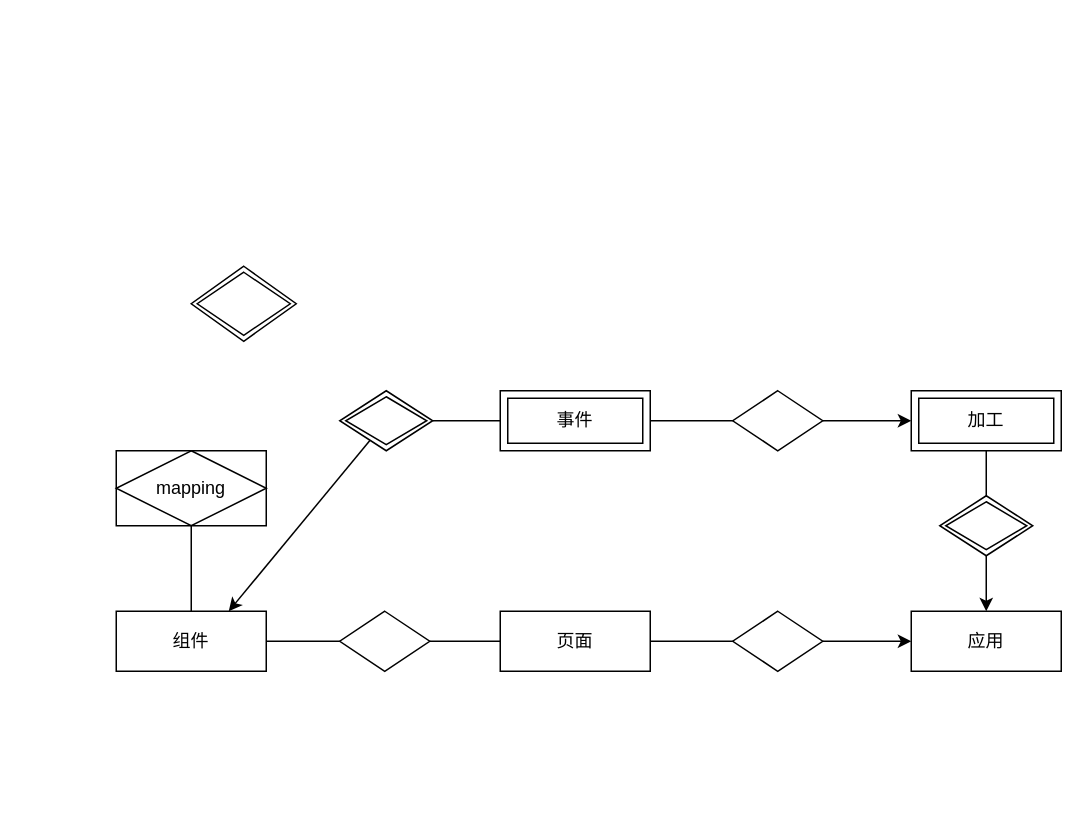
Before: Untitled Diagram.drawio in mzzzzzzc/SpringcloudConfig, a draw.io diagram. Source tidied: cells renumbered, new cells numbered last; positions are measured from the earlier drawing's top-left corner, leaving out a move shared by most shapes. Both pictures are drawn from the tidied source at 150%, with x=0, y=0 at pixel (116, 266).
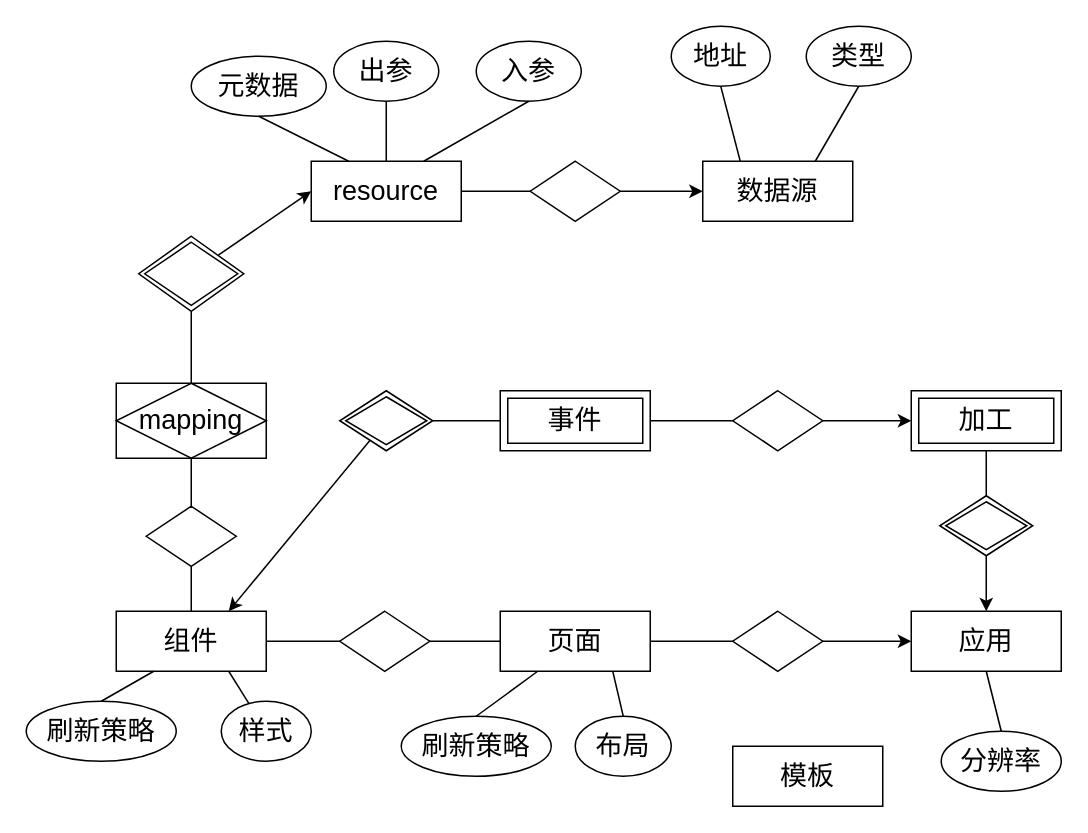
After the change.

What changed in the source:
```diff
@@
-    <mxCell id="2" value="组件" style="whiteSpace=wrap;html=1;align=center;" parent="1" vertex="1">
+    <mxCell id="2" value="组件" style="whiteSpace=wrap;html=1;align=center;fontSize=18;" parent="1" vertex="1">
       <mxGeometry y="230" width="100" height="40" as="geometry" />
     </mxCell>
-    <mxCell id="3" style="shape=rhombus;perimeter=rhombusPerimeter;whiteSpace=wrap;html=1;align=center;" parent="1" vertex="1">
+    <mxCell id="3" style="shape=rhombus;perimeter=rhombusPerimeter;whiteSpace=wrap;html=1;align=center;fontSize=18;" parent="1" vertex="1">
       <mxGeometry x="149" y="230" width="60" height="40" as="geometry" />
     </mxCell>
-    <mxCell id="4" style="endArrow=none;html=1;rounded=0;exitX=1;exitY=0.5;exitDx=0;exitDy=0;entryX=0;entryY=0.5;entryDx=0;entryDy=0;" parent="1" edge="1" source="2" target="3">
+    <mxCell id="4" style="endArrow=none;html=1;rounded=0;exitX=1;exitY=0.5;exitDx=0;exitDy=0;entryX=0;entryY=0.5;entryDx=0;entryDy=0;fontSize=18;" parent="1" edge="1" source="2" target="3">
       <mxGeometry relative="1" as="geometry" />
     </mxCell>
-    <mxCell id="5" value="页面" style="whiteSpace=wrap;html=1;align=center;" parent="1" vertex="1">
+    <mxCell id="5" value="页面" style="whiteSpace=wrap;html=1;align=center;fontSize=18;" parent="1" vertex="1">
       <mxGeometry x="256" y="230" width="100" height="40" as="geometry" />
     </mxCell>
-    <mxCell id="6" style="edgeStyle=orthogonalEdgeStyle;rounded=0;jettySize=auto;html=1;" parent="1" edge="1" source="7" target="8">
+    <mxCell id="6" style="edgeStyle=orthogonalEdgeStyle;rounded=0;jettySize=auto;html=1;fontSize=18;" parent="1" edge="1" source="7" target="8">
       <mxGeometry relative="1" as="geometry" />
     </mxCell>
-    <mxCell id="7" style="shape=rhombus;perimeter=rhombusPerimeter;whiteSpace=wrap;html=1;align=center;" parent="1" vertex="1">
+    <mxCell id="7" style="shape=rhombus;perimeter=rhombusPerimeter;whiteSpace=wrap;html=1;align=center;fontSize=18;" parent="1" vertex="1">
       <mxGeometry x="411" y="230" width="60" height="40" as="geometry" />
     </mxCell>
-    <mxCell id="8" value="应用" style="whiteSpace=wrap;html=1;align=center;" parent="1" vertex="1">
+    <mxCell id="8" value="应用" style="whiteSpace=wrap;html=1;align=center;fontSize=18;" parent="1" vertex="1">
       <mxGeometry x="530" y="230" width="100" height="40" as="geometry" />
     </mxCell>
-    <mxCell id="9" style="endArrow=none;html=1;rounded=0;exitX=1;exitY=0.5;exitDx=0;exitDy=0;entryX=0;entryY=0.5;entryDx=0;entryDy=0;" parent="1" edge="1" source="3" target="5">
+    <mxCell id="9" style="endArrow=none;html=1;rounded=0;exitX=1;exitY=0.5;exitDx=0;exitDy=0;entryX=0;entryY=0.5;entryDx=0;entryDy=0;fontSize=18;" parent="1" edge="1" source="3" target="5">
       <mxGeometry relative="1" as="geometry" />
     </mxCell>
-    <mxCell id="10" style="endArrow=none;html=1;rounded=0;exitX=1;exitY=0.5;exitDx=0;exitDy=0;entryX=0;entryY=0.5;entryDx=0;entryDy=0;" parent="1" edge="1" source="5" target="7">
+    <mxCell id="10" style="endArrow=none;html=1;rounded=0;exitX=1;exitY=0.5;exitDx=0;exitDy=0;entryX=0;entryY=0.5;entryDx=0;entryDy=0;fontSize=18;" parent="1" edge="1" source="5" target="7">
       <mxGeometry relative="1" as="geometry" />
     </mxCell>
-    <mxCell id="11" value="mapping" style="shape=associativeEntity;whiteSpace=wrap;html=1;align=center;" parent="1" vertex="1">
-      <mxGeometry y="123" width="100" height="50" as="geometry" />
+    <mxCell id="11" value="mapping" style="shape=associativeEntity;whiteSpace=wrap;html=1;align=center;fontSize=18;" parent="1" vertex="1">
+      <mxGeometry y="78" width="100" height="50" as="geometry" />
     </mxCell>
+    <mxCell id="25" style="edgeStyle=none;rounded=0;jettySize=auto;html=1;entryX=0;entryY=0.5;entryDx=0;entryDy=0;fontSize=18;" parent="1" edge="1" source="12" target="28">
+      <mxGeometry relative="1" as="geometry" />
+    </mxCell>
-    <mxCell id="12" style="shape=rhombus;double=1;perimeter=rhombusPerimeter;whiteSpace=wrap;html=1;align=center;" parent="1" vertex="1">
-      <mxGeometry x="50" width="70" height="50" as="geometry" />
+    <mxCell id="12" style="shape=rhombus;double=1;perimeter=rhombusPerimeter;whiteSpace=wrap;html=1;align=center;fontSize=18;" parent="1" vertex="1">
+      <mxGeometry x="15" y="-20" width="70" height="50" as="geometry" />
     </mxCell>
-    <mxCell id="13" style="endArrow=none;html=1;rounded=0;exitX=0.5;exitY=0;exitDx=0;exitDy=0;entryX=0.5;entryY=1;entryDx=0;entryDy=0;" parent="1" edge="1" source="2" target="11">
-      <mxGeometry relative="1" as="geometry" />
-    </mxCell>
-    <mxCell id="14" value="事件" style="shape=ext;margin=3;double=1;whiteSpace=wrap;html=1;align=center;" parent="1" vertex="1">
+    <mxCell id="14" value="事件" style="shape=ext;margin=3;double=1;whiteSpace=wrap;html=1;align=center;fontSize=18;" parent="1" vertex="1">
       <mxGeometry x="256" y="83" width="100" height="40" as="geometry" />
     </mxCell>
-    <mxCell id="15" style="rounded=0;jettySize=auto;html=1;entryX=0.75;entryY=0;entryDx=0;entryDy=0;" parent="1" edge="1" source="16" target="2">
+    <mxCell id="15" style="rounded=0;jettySize=auto;html=1;entryX=0.75;entryY=0;entryDx=0;entryDy=0;fontSize=18;" parent="1" edge="1" source="16" target="2">
       <mxGeometry relative="1" as="geometry" />
     </mxCell>
-    <mxCell id="16" style="shape=rhombus;double=1;perimeter=rhombusPerimeter;whiteSpace=wrap;html=1;align=center;" parent="1" vertex="1">
+    <mxCell id="16" style="shape=rhombus;double=1;perimeter=rhombusPerimeter;whiteSpace=wrap;html=1;align=center;fontSize=18;" parent="1" vertex="1">
       <mxGeometry x="149" y="83" width="62" height="40" as="geometry" />
     </mxCell>
-    <mxCell id="17" style="endArrow=none;html=1;rounded=0;exitX=1;exitY=0.5;exitDx=0;exitDy=0;entryX=0;entryY=0.5;entryDx=0;entryDy=0;" parent="1" edge="1" source="16" target="14">
+    <mxCell id="17" style="endArrow=none;html=1;rounded=0;exitX=1;exitY=0.5;exitDx=0;exitDy=0;entryX=0;entryY=0.5;entryDx=0;entryDy=0;fontSize=18;" parent="1" edge="1" source="16" target="14">
       <mxGeometry relative="1" as="geometry" />
     </mxCell>
-    <mxCell id="18" value="加工" style="shape=ext;margin=3;double=1;whiteSpace=wrap;html=1;align=center;" parent="1" vertex="1">
+    <mxCell id="18" value="加工" style="shape=ext;margin=3;double=1;whiteSpace=wrap;html=1;align=center;fontSize=18;" parent="1" vertex="1">
       <mxGeometry x="530" y="83" width="100" height="40" as="geometry" />
     </mxCell>
-    <mxCell id="19" style="edgeStyle=none;rounded=0;jettySize=auto;html=1;" parent="1" edge="1" source="20" target="18">
+    <mxCell id="19" style="edgeStyle=none;rounded=0;jettySize=auto;html=1;fontSize=18;" parent="1" edge="1" source="20" target="18">
       <mxGeometry relative="1" as="geometry" />
     </mxCell>
-    <mxCell id="20" style="shape=rhombus;perimeter=rhombusPerimeter;whiteSpace=wrap;html=1;align=center;" parent="1" vertex="1">
+    <mxCell id="20" style="shape=rhombus;perimeter=rhombusPerimeter;whiteSpace=wrap;html=1;align=center;fontSize=18;" parent="1" vertex="1">
       <mxGeometry x="411" y="83" width="60" height="40" as="geometry" />
     </mxCell>
-    <mxCell id="21" style="endArrow=none;html=1;rounded=0;exitX=1;exitY=0.5;exitDx=0;exitDy=0;entryX=0;entryY=0.5;entryDx=0;entryDy=0;" parent="1" edge="1" source="14" target="20">
+    <mxCell id="21" style="endArrow=none;html=1;rounded=0;exitX=1;exitY=0.5;exitDx=0;exitDy=0;entryX=0;entryY=0.5;entryDx=0;entryDy=0;fontSize=18;" parent="1" edge="1" source="14" target="20">
       <mxGeometry relative="1" as="geometry" />
     </mxCell>
-    <mxCell id="22" style="endArrow=none;html=1;rounded=0;exitX=0.5;exitY=1;exitDx=0;exitDy=0;entryX=0.5;entryY=0;entryDx=0;entryDy=0;" parent="1" edge="1" source="18">
+    <mxCell id="22" style="endArrow=none;html=1;rounded=0;exitX=0.5;exitY=1;exitDx=0;exitDy=0;entryX=0.5;entryY=0;entryDx=0;entryDy=0;fontSize=18;" parent="1" edge="1" source="18">
       <mxGeometry relative="1" as="geometry">
         <mxPoint x="580" y="153" as="targetPoint" />
       </mxGeometry>
     </mxCell>
-    <mxCell id="23" style="edgeStyle=none;rounded=0;jettySize=auto;html=1;exitX=0.5;exitY=1;exitDx=0;exitDy=0;entryX=0.5;entryY=0;entryDx=0;entryDy=0;" parent="1" edge="1" target="8">
+    <mxCell id="23" style="edgeStyle=none;rounded=0;jettySize=auto;html=1;exitX=0.5;exitY=1;exitDx=0;exitDy=0;entryX=0.5;entryY=0;entryDx=0;entryDy=0;fontSize=18;" parent="1" edge="1" target="8">
       <mxGeometry relative="1" as="geometry">
         <mxPoint x="580" y="193" as="sourcePoint" />
       </mxGeometry>
     </mxCell>
-    <mxCell id="24" style="shape=rhombus;double=1;perimeter=rhombusPerimeter;whiteSpace=wrap;html=1;align=center;" parent="1" vertex="1">
+    <mxCell id="24" style="shape=rhombus;double=1;perimeter=rhombusPerimeter;whiteSpace=wrap;html=1;align=center;fontSize=18;" parent="1" vertex="1">
       <mxGeometry x="549" y="153" width="62" height="40" as="geometry" />
     </mxCell>
+    <mxCell id="26" value="模板" style="whiteSpace=wrap;html=1;align=center;fontSize=18;" parent="1" vertex="1">
+      <mxGeometry x="411" y="320" width="100" height="40" as="geometry" />
+    </mxCell>
+    <mxCell id="27" value="数据源" style="whiteSpace=wrap;html=1;align=center;fontSize=18;" parent="1" vertex="1">
+      <mxGeometry x="391" y="-70" width="100" height="40" as="geometry" />
+    </mxCell>
+    <mxCell id="28" value="resource" style="whiteSpace=wrap;html=1;align=center;fontSize=18;" parent="1" vertex="1">
+      <mxGeometry x="130" y="-70" width="100" height="40" as="geometry" />
+    </mxCell>
+    <mxCell id="29" style="edgeStyle=none;rounded=0;jettySize=auto;html=1;fontSize=18;" parent="1" edge="1" source="30" target="27">
+      <mxGeometry relative="1" as="geometry" />
+    </mxCell>
+    <mxCell id="30" style="shape=rhombus;perimeter=rhombusPerimeter;whiteSpace=wrap;html=1;align=center;fontSize=18;" parent="1" vertex="1">
+      <mxGeometry x="276" y="-70" width="60" height="40" as="geometry" />
+    </mxCell>
+    <mxCell id="31" style="endArrow=none;html=1;rounded=0;exitX=1;exitY=0.5;exitDx=0;exitDy=0;entryX=0;entryY=0.5;entryDx=0;entryDy=0;fontSize=18;" parent="1" edge="1" source="28" target="30">
+      <mxGeometry relative="1" as="geometry" />
+    </mxCell>
+    <mxCell id="32" style="shape=rhombus;perimeter=rhombusPerimeter;whiteSpace=wrap;html=1;align=center;fontSize=18;" parent="1" vertex="1">
+      <mxGeometry x="20" y="160" width="60" height="40" as="geometry" />
+    </mxCell>
+    <mxCell id="33" style="endArrow=none;html=1;rounded=0;exitX=0.5;exitY=0;exitDx=0;exitDy=0;entryX=0.5;entryY=1;entryDx=0;entryDy=0;fontSize=18;" parent="1" edge="1" source="2" target="32">
+      <mxGeometry relative="1" as="geometry" />
+    </mxCell>
+    <mxCell id="34" style="endArrow=none;html=1;rounded=0;entryX=0.5;entryY=0;entryDx=0;entryDy=0;exitX=0.5;exitY=1;exitDx=0;exitDy=0;fontSize=18;" parent="1" edge="1" source="11" target="32">
+      <mxGeometry relative="1" as="geometry" />
+    </mxCell>
+    <mxCell id="35" style="endArrow=none;html=1;rounded=0;entryX=0.5;entryY=0;entryDx=0;entryDy=0;exitX=0.5;exitY=1;exitDx=0;exitDy=0;fontSize=18;" parent="1" edge="1" source="12" target="11">
+      <mxGeometry relative="1" as="geometry" />
+    </mxCell>
+    <mxCell id="36" value="刷新策略" style="ellipse;whiteSpace=wrap;html=1;align=center;fontSize=18;" parent="1" vertex="1">
+      <mxGeometry x="-60" y="290" width="100" height="40" as="geometry" />
+    </mxCell>
+    <mxCell id="37" style="endArrow=none;html=1;rounded=0;exitX=0.5;exitY=0;exitDx=0;exitDy=0;entryX=0.25;entryY=1;entryDx=0;entryDy=0;fontSize=18;" parent="1" edge="1" source="36" target="2">
+      <mxGeometry relative="1" as="geometry" />
+    </mxCell>
+    <mxCell id="38" value="样式" style="ellipse;whiteSpace=wrap;html=1;align=center;fontSize=18;" parent="1" vertex="1">
+      <mxGeometry x="70" y="290" width="60" height="40" as="geometry" />
+    </mxCell>
+    <mxCell id="39" style="endArrow=none;html=1;rounded=0;entryX=0.75;entryY=1;entryDx=0;entryDy=0;fontSize=18;" parent="1" edge="1" source="38" target="2">
+      <mxGeometry relative="1" as="geometry" />
+    </mxCell>
+    <mxCell id="40" value="刷新策略" style="ellipse;whiteSpace=wrap;html=1;align=center;fontSize=18;" parent="1" vertex="1">
+      <mxGeometry x="190" y="300" width="100" height="40" as="geometry" />
+    </mxCell>
+    <mxCell id="41" style="endArrow=none;html=1;rounded=0;entryX=0.25;entryY=1;entryDx=0;entryDy=0;exitX=0.5;exitY=0;exitDx=0;exitDy=0;fontSize=18;" parent="1" edge="1" source="40" target="5">
+      <mxGeometry relative="1" as="geometry" />
+    </mxCell>
+    <mxCell id="42" value="布局" style="ellipse;whiteSpace=wrap;html=1;align=center;fontSize=18;" parent="1" vertex="1">
+      <mxGeometry x="306" y="300" width="64" height="40" as="geometry" />
+    </mxCell>
+    <mxCell id="43" style="endArrow=none;html=1;rounded=0;entryX=0.75;entryY=1;entryDx=0;entryDy=0;exitX=0.5;exitY=0;exitDx=0;exitDy=0;fontSize=18;" parent="1" edge="1" source="42" target="5">
+      <mxGeometry relative="1" as="geometry" />
+    </mxCell>
+    <mxCell id="44" value="分辨率" style="ellipse;whiteSpace=wrap;html=1;align=center;fontSize=18;" parent="1" vertex="1">
+      <mxGeometry x="550" y="310" width="80" height="40" as="geometry" />
+    </mxCell>
+    <mxCell id="45" style="endArrow=none;html=1;rounded=0;entryX=0.5;entryY=1;entryDx=0;entryDy=0;exitX=0.5;exitY=0;exitDx=0;exitDy=0;fontSize=18;" parent="1" edge="1" source="44" target="8">
+      <mxGeometry relative="1" as="geometry" />
+    </mxCell>
+    <mxCell id="46" value="类型" style="ellipse;whiteSpace=wrap;html=1;align=center;fontSize=18;" parent="1" vertex="1">
+      <mxGeometry x="460" y="-160" width="70" height="40" as="geometry" />
+    </mxCell>
+    <mxCell id="47" value="地址" style="ellipse;whiteSpace=wrap;html=1;align=center;fontSize=18;" parent="1" vertex="1">
+      <mxGeometry x="370" y="-160" width="66" height="40" as="geometry" />
+    </mxCell>
+    <mxCell id="48" style="endArrow=none;html=1;rounded=0;exitX=0.75;exitY=0;exitDx=0;exitDy=0;entryX=0.5;entryY=1;entryDx=0;entryDy=0;fontSize=18;" parent="1" edge="1" source="27" target="46">
+      <mxGeometry relative="1" as="geometry" />
+    </mxCell>
+    <mxCell id="49" style="endArrow=none;html=1;rounded=0;exitX=0.25;exitY=0;exitDx=0;exitDy=0;entryX=0.5;entryY=1;entryDx=0;entryDy=0;fontSize=18;" parent="1" edge="1" source="27" target="47">
+      <mxGeometry relative="1" as="geometry" />
+    </mxCell>
+    <mxCell id="50" value="元数据" style="ellipse;whiteSpace=wrap;html=1;align=center;fontSize=18;" parent="1" vertex="1">
+      <mxGeometry x="50" y="-140" width="90" height="40" as="geometry" />
+    </mxCell>
+    <mxCell id="51" value="出参" style="ellipse;whiteSpace=wrap;html=1;align=center;fontSize=18;" parent="1" vertex="1">
+      <mxGeometry x="145" y="-150" width="70" height="40" as="geometry" />
+    </mxCell>
+    <mxCell id="52" value="入参" style="ellipse;whiteSpace=wrap;html=1;align=center;fontSize=18;" parent="1" vertex="1">
+      <mxGeometry x="240" y="-150" width="70" height="40" as="geometry" />
+    </mxCell>
+    <mxCell id="53" style="endArrow=none;html=1;rounded=0;exitX=0.5;exitY=1;exitDx=0;exitDy=0;entryX=0.75;entryY=0;entryDx=0;entryDy=0;fontSize=18;" parent="1" edge="1" source="52" target="28">
+      <mxGeometry relative="1" as="geometry" />
+    </mxCell>
+    <mxCell id="54" style="endArrow=none;html=1;rounded=0;exitX=0.5;exitY=1;exitDx=0;exitDy=0;entryX=0.5;entryY=0;entryDx=0;entryDy=0;fontSize=18;" parent="1" edge="1" source="51" target="28">
+      <mxGeometry relative="1" as="geometry" />
+    </mxCell>
+    <mxCell id="55" style="endArrow=none;html=1;rounded=0;exitX=0.5;exitY=1;exitDx=0;exitDy=0;entryX=0.25;entryY=0;entryDx=0;entryDy=0;fontSize=18;" parent="1" edge="1" source="50" target="28">
+      <mxGeometry relative="1" as="geometry" />
+    </mxCell>
```
